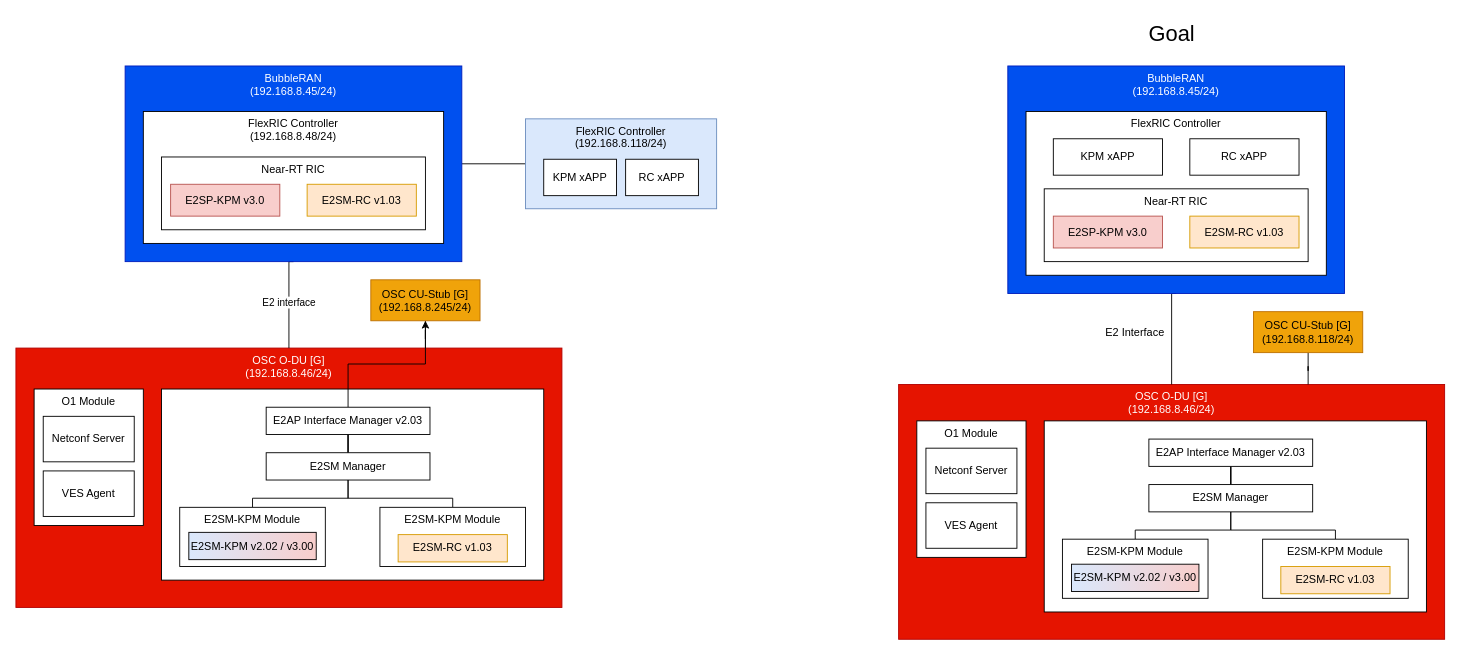
The draw.io diagram page "Option 1" (1 of 4) of diagrams.drawio in NTUST-BMW-Lab/bubbleran, before the edit. Source tidied: cells renumbered, new cells numbered last; positions are measured from the earlier drawing's top-left corner, leaving out a move shared by most shapes. Both pictures are drawn from the tidied source at 91%, with x=0, y=0 at pixel (15, 15).
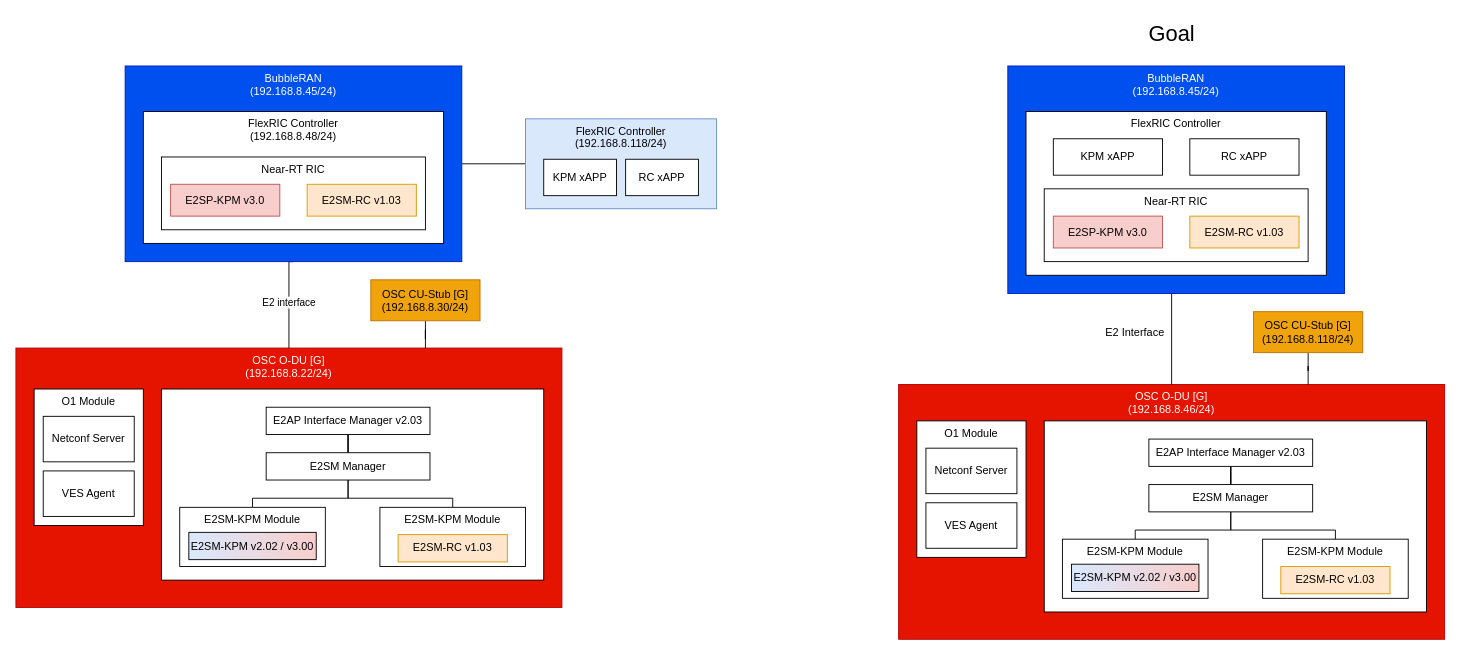
The same page after the edit.

Commit message:
Update IP address information

Unchanged cells that the change refers to:
```xml
<mxCell id="11" value="E2AP Interface Manager v2.03" style="rounded=0;whiteSpace=wrap;html=1;" parent="1" vertex="1">
  <mxGeometry x="275" y="430" width="180" height="30" as="geometry" />
</mxCell>
```

Diff of the diagram source:
```diff
@@
-    <mxCell id="4" value="OSC O-DU [G]&lt;br&gt;(192.168.8.46/24)" style="rounded=0;whiteSpace=wrap;html=1;verticalAlign=top;fillColor=#e51400;fontColor=#ffffff;strokeColor=#B20000;" parent="1" vertex="1">
+    <mxCell id="4" value="OSC O-DU [G]&lt;br&gt;(192.168.8.22/24)" style="rounded=0;whiteSpace=wrap;html=1;verticalAlign=top;fillColor=#e51400;fontColor=#ffffff;strokeColor=#B20000;" parent="1" vertex="1">
       <mxGeometry y="365" width="600" height="285" as="geometry" />
     </mxCell>
@@
-    <mxCell id="10" style="edgeStyle=orthogonalEdgeStyle;rounded=0;jettySize=auto;html=1;" parent="1" edge="1" source="11" target="21">
-      <mxGeometry relative="1" as="geometry" />
-    </mxCell>
@@
-    <mxCell id="21" value="OSC CU-Stub [G]&lt;br&gt;(192.168.8.245/24)" style="rounded=0;whiteSpace=wrap;html=1;fillColor=#f0a30a;fontColor=#000000;strokeColor=#BD7000;" parent="1" vertex="1">
+    <mxCell id="21" value="OSC CU-Stub [G]&lt;br&gt;(192.168.8.30/24)" style="rounded=0;whiteSpace=wrap;html=1;fillColor=#f0a30a;fontColor=#000000;strokeColor=#BD7000;" parent="1" vertex="1">
       <mxGeometry x="390" y="290" width="120" height="45" as="geometry" />
     </mxCell>
```
